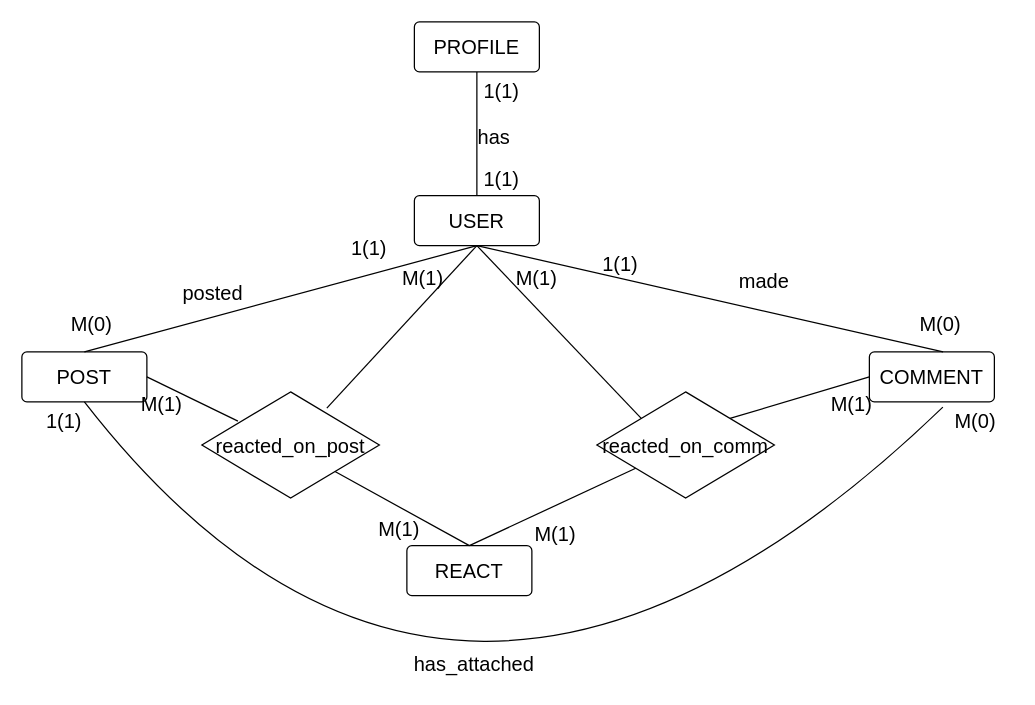
Matoka26/ASP.NET keeps this draw.io diagram as page "E/R Diagram" (1 of 2) of Final Project/Diagrama aspnet .drawio. Above is the earlier version. Source tidied: cells renumbered, new cells numbered last; positions are measured from the earlier drawing's top-left corner, leaving out a move shared by most shapes. Both pictures are drawn from the tidied source at 125%, with x=0, y=0 at pixel (21, 21).
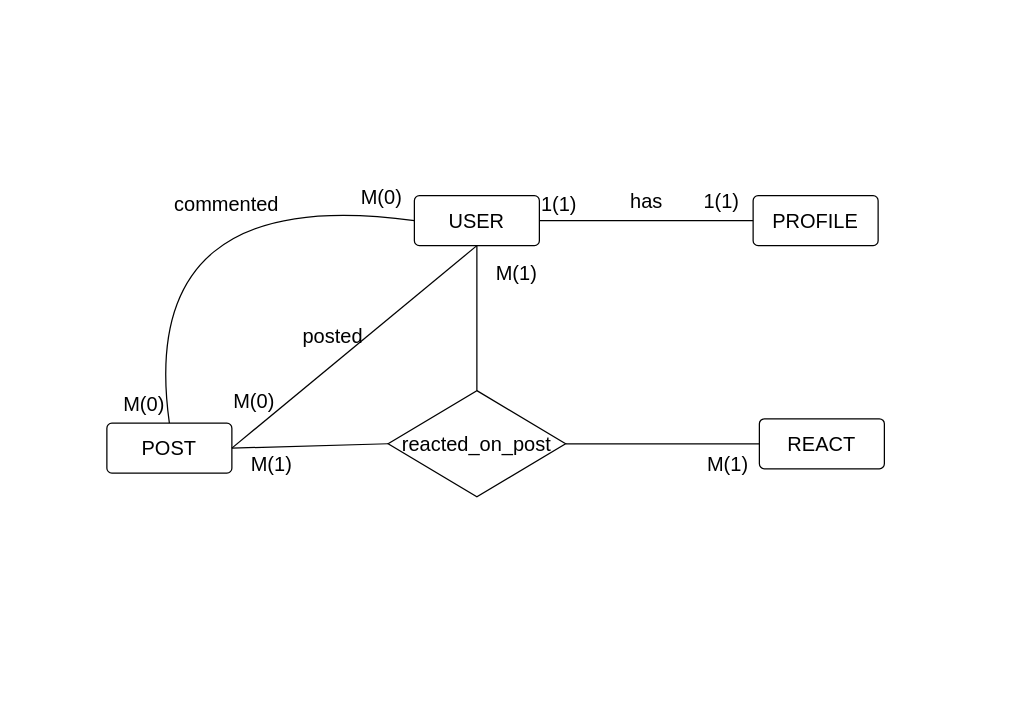
After the change.

The change refers to these unchanged cells:
```xml
<mxCell id="2" value="USER" style="rounded=1;arcSize=10;whiteSpace=wrap;html=1;align=center;fontSize=16;" parent="1" vertex="1">
  <mxGeometry x="314" y="139" width="100" height="40" as="geometry" />
</mxCell>
```

Change to the diagram source:
```diff
@@
     <mxCell id="3" value="PROFILE" style="rounded=1;arcSize=10;whiteSpace=wrap;html=1;align=center;fontSize=16;" parent="1" vertex="1">
-      <mxGeometry x="314" width="100" height="40" as="geometry" />
+      <mxGeometry x="585" y="139" width="100" height="40" as="geometry" />
     </mxCell>
-    <mxCell id="4" style="endArrow=none;html=1;rounded=0;fontSize=12;startSize=8;endSize=8;curved=1;exitX=0.5;exitY=0;exitDx=0;exitDy=0;entryX=0.5;entryY=1;entryDx=0;entryDy=0;" parent="1" edge="1" source="2" target="3">
+    <mxCell id="4" style="endArrow=none;html=1;rounded=0;fontSize=12;startSize=8;endSize=8;curved=1;exitX=1;exitY=0.5;exitDx=0;exitDy=0;entryX=0;entryY=0.5;entryDx=0;entryDy=0;" parent="1" edge="1" source="2" target="3">
       <mxGeometry relative="1" as="geometry" />
     </mxCell>
     <mxCell id="5" value="POST" style="rounded=1;arcSize=10;whiteSpace=wrap;html=1;align=center;fontSize=16;" parent="1" vertex="1">
-      <mxGeometry y="264" width="100" height="40" as="geometry" />
+      <mxGeometry x="68" y="321" width="100" height="40" as="geometry" />
     </mxCell>
-    <mxCell id="6" style="endArrow=none;html=1;rounded=0;fontSize=12;startSize=8;endSize=8;curved=1;exitX=0.5;exitY=1;exitDx=0;exitDy=0;entryX=0.5;entryY=0;entryDx=0;entryDy=0;" parent="1" edge="1" source="2" target="5">
+    <mxCell id="6" style="endArrow=none;html=1;rounded=0;fontSize=12;startSize=8;endSize=8;curved=1;exitX=0.5;exitY=1;exitDx=0;exitDy=0;entryX=1;entryY=0.5;entryDx=0;entryDy=0;" parent="1" edge="1" source="2" target="5">
       <mxGeometry relative="1" as="geometry" />
     </mxCell>
     <mxCell id="7" value="REACT" style="rounded=1;arcSize=10;whiteSpace=wrap;html=1;align=center;fontSize=16;" parent="1" vertex="1">
-      <mxGeometry x="308" y="419" width="100" height="40" as="geometry" />
+      <mxGeometry x="590" y="317.5" width="100" height="40" as="geometry" />
     </mxCell>
-    <mxCell id="8" value="COMMENT" style="rounded=1;arcSize=10;whiteSpace=wrap;html=1;align=center;fontSize=16;" parent="1" vertex="1">
-      <mxGeometry x="678" y="264" width="100" height="40" as="geometry" />
-    </mxCell>
-    <mxCell id="9" style="endArrow=none;html=1;rounded=0;fontSize=12;startSize=8;endSize=8;curved=1;entryX=0.59;entryY=0;entryDx=0;entryDy=0;entryPerimeter=0;exitX=0.5;exitY=1;exitDx=0;exitDy=0;" parent="1" edge="1" source="2" target="8">
-      <mxGeometry relative="1" as="geometry" />
-    </mxCell>
     <mxCell id="10" value="has" style="text;html=1;strokeColor=none;fillColor=none;align=center;verticalAlign=middle;whiteSpace=wrap;rounded=0;fontSize=16;" parent="1" vertex="1">
-      <mxGeometry x="348" y="77" width="60" height="30" as="geometry" />
+      <mxGeometry x="470" y="128" width="60" height="30" as="geometry" />
     </mxCell>
     <mxCell id="11" value="1(1)" style="text;html=1;strokeColor=none;fillColor=none;align=center;verticalAlign=middle;whiteSpace=wrap;rounded=0;fontSize=16;" parent="1" vertex="1">
-      <mxGeometry x="354" y="40" width="60" height="30" as="geometry" />
+      <mxGeometry x="530" y="128" width="60" height="30" as="geometry" />
     </mxCell>
     <mxCell id="12" value="1(1)" style="text;html=1;strokeColor=none;fillColor=none;align=center;verticalAlign=middle;whiteSpace=wrap;rounded=0;fontSize=16;" parent="1" vertex="1">
-      <mxGeometry x="354" y="111" width="60" height="30" as="geometry" />
+      <mxGeometry x="400" y="131" width="60" height="30" as="geometry" />
     </mxCell>
     <mxCell id="13" value="posted" style="text;html=1;strokeColor=none;fillColor=none;align=center;verticalAlign=middle;whiteSpace=wrap;rounded=0;fontSize=16;" parent="1" vertex="1">
-      <mxGeometry x="123" y="202" width="60" height="30" as="geometry" />
+      <mxGeometry x="219" y="236" width="60" height="30" as="geometry" />
     </mxCell>
     <mxCell id="14" value="M(0)" style="text;html=1;strokeColor=none;fillColor=none;align=center;verticalAlign=middle;whiteSpace=wrap;rounded=0;fontSize=16;" parent="1" vertex="1">
-      <mxGeometry x="26" y="227" width="60" height="30" as="geometry" />
+      <mxGeometry x="156" y="287.5" width="60" height="30" as="geometry" />
     </mxCell>
-    <mxCell id="15" value="1(1)" style="text;html=1;strokeColor=none;fillColor=none;align=center;verticalAlign=middle;whiteSpace=wrap;rounded=0;fontSize=16;" parent="1" vertex="1">
-      <mxGeometry x="248" y="166" width="60" height="30" as="geometry" />
-    </mxCell>
-    <mxCell id="16" value="made" style="text;html=1;strokeColor=none;fillColor=none;align=center;verticalAlign=middle;whiteSpace=wrap;rounded=0;fontSize=16;" parent="1" vertex="1">
-      <mxGeometry x="564" y="192" width="60" height="30" as="geometry" />
-    </mxCell>
-    <mxCell id="17" value="M(0)" style="text;html=1;strokeColor=none;fillColor=none;align=center;verticalAlign=middle;whiteSpace=wrap;rounded=0;fontSize=16;" parent="1" vertex="1">
-      <mxGeometry x="705" y="227" width="60" height="30" as="geometry" />
-    </mxCell>
-    <mxCell id="18" value="1(1)" style="text;html=1;strokeColor=none;fillColor=none;align=center;verticalAlign=middle;whiteSpace=wrap;rounded=0;fontSize=16;" parent="1" vertex="1">
-      <mxGeometry x="449" y="179" width="60" height="30" as="geometry" />
-    </mxCell>
     <mxCell id="19" value="reacted_on_post" style="shape=rhombus;perimeter=rhombusPerimeter;whiteSpace=wrap;html=1;align=center;fontSize=16;" parent="1" vertex="1">
-      <mxGeometry x="144" y="296" width="142" height="85" as="geometry" />
+      <mxGeometry x="293" y="295" width="142" height="85" as="geometry" />
     </mxCell>
-    <mxCell id="20" value="reacted_on_comm" style="shape=rhombus;perimeter=rhombusPerimeter;whiteSpace=wrap;html=1;align=center;fontSize=16;" parent="1" vertex="1">
-      <mxGeometry x="460" y="296" width="142" height="85" as="geometry" />
-    </mxCell>
-    <mxCell id="21" style="endArrow=none;html=1;rounded=0;fontSize=12;startSize=8;endSize=8;curved=1;exitX=1;exitY=0.5;exitDx=0;exitDy=0;entryX=0.203;entryY=0.275;entryDx=0;entryDy=0;entryPerimeter=0;" parent="1" edge="1" source="5" target="19">
+    <mxCell id="21" style="endArrow=none;html=1;rounded=0;fontSize=12;startSize=8;endSize=8;curved=1;exitX=1;exitY=0.5;exitDx=0;exitDy=0;entryX=0;entryY=0.5;entryDx=0;entryDy=0;" parent="1" edge="1" source="5" target="19">
       <mxGeometry relative="1" as="geometry" />
     </mxCell>
-    <mxCell id="22" style="endArrow=none;html=1;rounded=0;fontSize=12;startSize=8;endSize=8;curved=1;exitX=1;exitY=1;exitDx=0;exitDy=0;entryX=0.5;entryY=0;entryDx=0;entryDy=0;" parent="1" edge="1" source="19" target="7">
+    <mxCell id="22" style="endArrow=none;html=1;rounded=0;fontSize=12;startSize=8;endSize=8;curved=1;exitX=1;exitY=0.5;exitDx=0;exitDy=0;entryX=0;entryY=0.5;entryDx=0;entryDy=0;" parent="1" edge="1" source="19" target="7">
       <mxGeometry relative="1" as="geometry" />
     </mxCell>
-    <mxCell id="23" style="endArrow=none;html=1;rounded=0;fontSize=12;startSize=8;endSize=8;curved=1;exitX=0.5;exitY=0;exitDx=0;exitDy=0;" parent="1" edge="1" source="7" target="20">
-      <mxGeometry relative="1" as="geometry" />
-    </mxCell>
-    <mxCell id="24" style="endArrow=none;html=1;rounded=0;fontSize=12;startSize=8;endSize=8;curved=1;exitX=0;exitY=0.5;exitDx=0;exitDy=0;entryX=1;entryY=0;entryDx=0;entryDy=0;" parent="1" edge="1" source="8" target="20">
-      <mxGeometry relative="1" as="geometry" />
-    </mxCell>
-    <mxCell id="25" style="endArrow=none;html=1;rounded=0;fontSize=12;startSize=8;endSize=8;curved=1;exitX=0.704;exitY=0.153;exitDx=0;exitDy=0;entryX=0.5;entryY=1;entryDx=0;entryDy=0;exitPerimeter=0;" parent="1" edge="1" source="19" target="2">
+    <mxCell id="25" style="endArrow=none;html=1;rounded=0;fontSize=12;startSize=8;endSize=8;curved=1;exitX=0.5;exitY=0;exitDx=0;exitDy=0;entryX=0.5;entryY=1;entryDx=0;entryDy=0;" parent="1" edge="1" source="19" target="2">
       <mxGeometry relative="1" as="geometry" />
     </mxCell>
-    <mxCell id="26" style="endArrow=none;html=1;rounded=0;fontSize=12;startSize=8;endSize=8;curved=1;exitX=0.5;exitY=1;exitDx=0;exitDy=0;entryX=0;entryY=0;entryDx=0;entryDy=0;" parent="1" edge="1" source="2" target="20">
-      <mxGeometry relative="1" as="geometry" />
-    </mxCell>
     <mxCell id="27" value="M(1)" style="text;html=1;strokeColor=none;fillColor=none;align=center;verticalAlign=middle;whiteSpace=wrap;rounded=0;fontSize=16;" parent="1" vertex="1">
-      <mxGeometry x="82" y="291" width="60" height="30" as="geometry" />
+      <mxGeometry x="170" y="339" width="60" height="30" as="geometry" />
     </mxCell>
-    <mxCell id="28" value="M(1)" style="text;html=1;strokeColor=none;fillColor=none;align=center;verticalAlign=middle;whiteSpace=wrap;rounded=0;fontSize=16;" parent="1" vertex="1">
-      <mxGeometry x="272" y="391" width="60" height="30" as="geometry" />
-    </mxCell>
     <mxCell id="29" value="M(1)" style="text;html=1;strokeColor=none;fillColor=none;align=center;verticalAlign=middle;whiteSpace=wrap;rounded=0;fontSize=16;" parent="1" vertex="1">
-      <mxGeometry x="397" y="395" width="60" height="30" as="geometry" />
+      <mxGeometry x="535" y="339" width="60" height="30" as="geometry" />
     </mxCell>
     <mxCell id="30" value="M(1)" style="text;html=1;strokeColor=none;fillColor=none;align=center;verticalAlign=middle;whiteSpace=wrap;rounded=0;fontSize=16;" parent="1" vertex="1">
-      <mxGeometry x="291" y="190" width="60" height="30" as="geometry" />
+      <mxGeometry x="366" y="186" width="60" height="30" as="geometry" />
     </mxCell>
-    <mxCell id="31" value="M(1)" style="text;html=1;strokeColor=none;fillColor=none;align=center;verticalAlign=middle;whiteSpace=wrap;rounded=0;fontSize=16;" parent="1" vertex="1">
-      <mxGeometry x="382" y="190" width="60" height="30" as="geometry" />
-    </mxCell>
-    <mxCell id="32" value="M(1)" style="text;html=1;strokeColor=none;fillColor=none;align=center;verticalAlign=middle;whiteSpace=wrap;rounded=0;fontSize=16;" parent="1" vertex="1">
-      <mxGeometry x="634" y="291" width="60" height="30" as="geometry" />
-    </mxCell>
-    <mxCell id="33" style="endArrow=none;html=1;rounded=0;fontSize=12;startSize=8;endSize=8;curved=1;exitX=0.5;exitY=1;exitDx=0;exitDy=0;entryX=0.588;entryY=1.105;entryDx=0;entryDy=0;entryPerimeter=0;" parent="1" edge="1" source="5" target="8">
-      <mxGeometry relative="1" as="geometry">
-        <Array as="points">
-          <mxPoint x="346" y="685" />
-        </Array>
-      </mxGeometry>
-    </mxCell>
-    <mxCell id="34" value="1(1)" style="text;html=1;strokeColor=none;fillColor=none;align=center;verticalAlign=middle;whiteSpace=wrap;rounded=0;fontSize=16;" parent="1" vertex="1">
-      <mxGeometry x="4" y="304" width="60" height="30" as="geometry" />
-    </mxCell>
-    <mxCell id="35" value="M(0)" style="text;html=1;strokeColor=none;fillColor=none;align=center;verticalAlign=middle;whiteSpace=wrap;rounded=0;fontSize=16;" parent="1" vertex="1">
-      <mxGeometry x="733" y="304" width="60" height="30" as="geometry" />
+    <mxCell id="35" value="commented" style="text;html=1;strokeColor=none;fillColor=none;align=center;verticalAlign=middle;whiteSpace=wrap;rounded=0;fontSize=16;" parent="1" vertex="1">
+      <mxGeometry x="134" y="131" width="60" height="30" as="geometry" />
     </mxCell>
-    <mxCell id="36" value="has_attached" style="text;html=1;strokeColor=none;fillColor=none;align=center;verticalAlign=middle;whiteSpace=wrap;rounded=0;fontSize=16;" parent="1" vertex="1">
-      <mxGeometry x="332" y="499" width="60" height="30" as="geometry" />
-    </mxCell>
+    <mxCell id="37" style="endArrow=none;html=1;rounded=0;fontSize=12;startSize=8;endSize=8;curved=1;entryX=0;entryY=0.5;entryDx=0;entryDy=0;exitX=0.5;exitY=0;exitDx=0;exitDy=0;" parent="1" edge="1" source="5" target="2">
+      <mxGeometry relative="1" as="geometry">
+        <Array as="points">
+          <mxPoint x="91" y="128" />
+        </Array>
+      </mxGeometry>
+    </mxCell>
+    <mxCell id="38" value="M(0)" style="text;html=1;strokeColor=none;fillColor=none;align=center;verticalAlign=middle;whiteSpace=wrap;rounded=0;fontSize=16;" parent="1" vertex="1">
+      <mxGeometry x="68" y="291" width="60" height="30" as="geometry" />
+    </mxCell>
+    <mxCell id="39" value="M(0)" style="text;html=1;strokeColor=none;fillColor=none;align=center;verticalAlign=middle;whiteSpace=wrap;rounded=0;fontSize=16;" parent="1" vertex="1">
+      <mxGeometry x="258" y="125" width="60" height="30" as="geometry" />
+    </mxCell>
```
